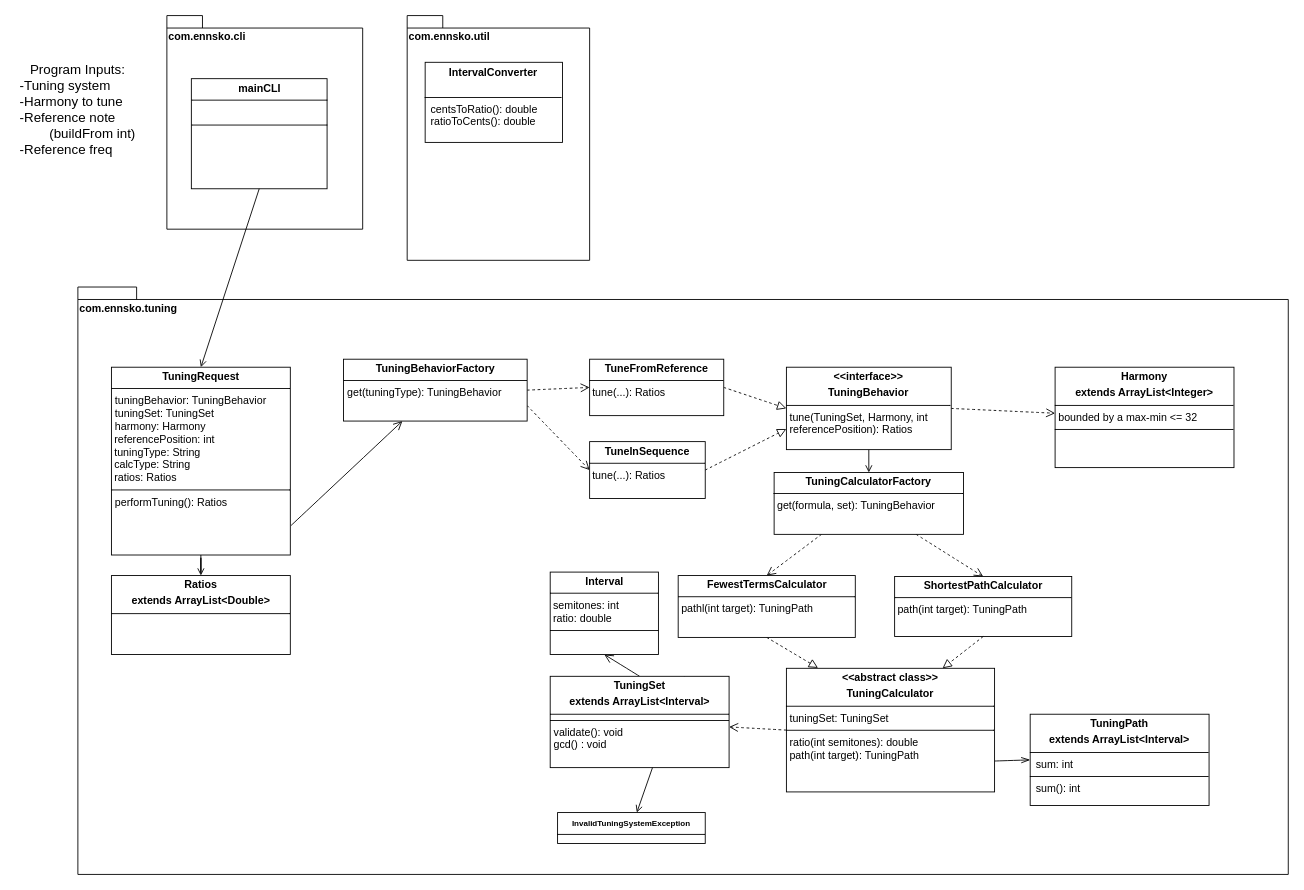
Above: uml/polymnia.drawio in ennskevin/polymnia (draw.io), before the change. Source tidied: cells renumbered, new cells numbered last; positions are measured from the earlier drawing's top-left corner, leaving out a move shared by most shapes. Both pictures are drawn from the tidied source at 89%, with x=0, y=0 at pixel (15, 15).
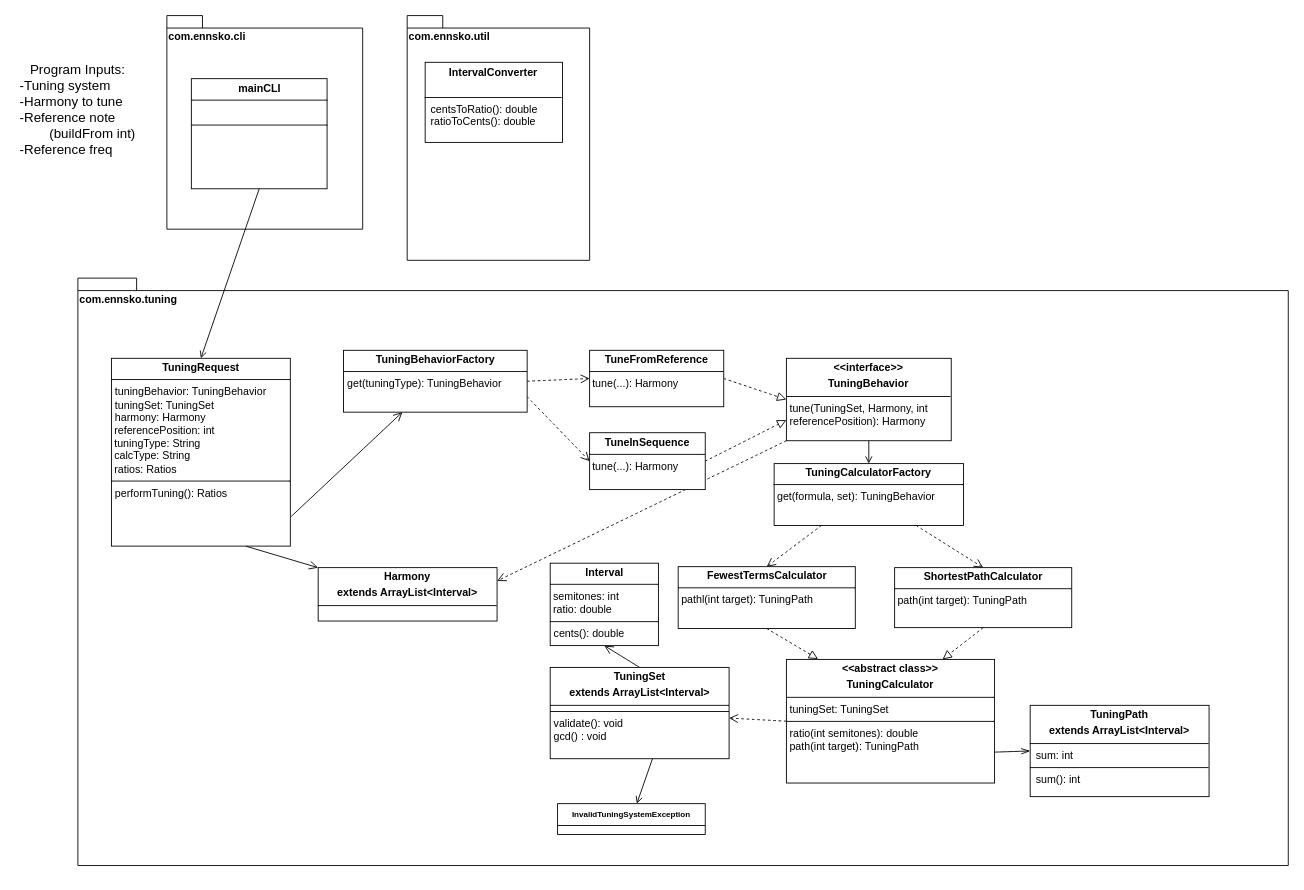
Above is the later version.

The change refers to these unchanged cells:
```xml
<mxCell id="14" value="&lt;p style=&quot;margin:0px;margin-top:4px;text-align:center;&quot;&gt;&lt;b&gt;TuningRequest&lt;/b&gt;&lt;/p&gt;&lt;hr size=&quot;1&quot; style=&quot;border-style:solid;&quot;&gt;&lt;p style=&quot;margin:0px;margin-left:4px;&quot;&gt;tuningBehavior: TuningBehavior&lt;/p&gt;&lt;p style=&quot;margin:0px;margin-left:4px;&quot;&gt;tuningSet: TuningSet&lt;/p&gt;&lt;p style=&quot;margin:0px;margin-left:4px;&quot;&gt;harmony: Harmony&lt;/p&gt;&lt;div&gt;&amp;nbsp;referencePosition: int&lt;/div&gt;&lt;div&gt;&amp;nbsp;tuningType: String&lt;/div&gt;&lt;div&gt;&amp;nbsp;calcType: String&lt;/div&gt;&lt;div&gt;&amp;nbsp;ratios: Ratios&lt;/div&gt;&lt;hr size=&quot;1&quot; style=&quot;border-style:solid;&quot;&gt;&lt;p style=&quot;margin:0px;margin-left:4px;&quot;&gt;performTuning(): Ratios&lt;/p&gt;" style="verticalAlign=top;align=left;overflow=fill;html=1;whiteSpace=wrap;" parent="4" vertex="1">
  <mxGeometry x="37.7" y="90.1" width="201" height="211" as="geometry" />
</mxCell>
```

Diff of the diagram source:
```diff
@@
     <mxCell id="4" value="com.ennsko.tuning" style="shape=folder;fontStyle=1;spacingTop=10;tabWidth=40;tabHeight=14;tabPosition=left;html=1;whiteSpace=wrap;verticalAlign=top;align=left;" parent="1" vertex="1">
-      <mxGeometry x="70" y="305" width="1360" height="660" as="geometry" />
+      <mxGeometry x="70" y="295" width="1360" height="660" as="geometry" />
     </mxCell>
-    <mxCell id="5" value="&lt;p style=&quot;margin:0px;margin-top:4px;text-align:center;&quot;&gt;&lt;b&gt;Harmony&lt;/b&gt;&lt;/p&gt;&lt;p style=&quot;margin:0px;margin-top:4px;text-align:center;&quot;&gt;&lt;b&gt;extends ArrayList&amp;lt;Integer&amp;gt;&lt;/b&gt;&lt;/p&gt;&lt;hr size=&quot;1&quot; style=&quot;border-style:solid;&quot;&gt;&lt;p style=&quot;margin:0px;margin-left:4px;&quot;&gt;bounded by a max-min &amp;lt;= 32&lt;/p&gt;&lt;hr size=&quot;1&quot; style=&quot;border-style:solid;&quot;&gt;&lt;p style=&quot;margin:0px;margin-left:4px;&quot;&gt;&lt;br&gt;&lt;/p&gt;" style="verticalAlign=top;align=left;overflow=fill;html=1;whiteSpace=wrap;" parent="4" vertex="1">
-      <mxGeometry x="1098" y="90.1" width="201" height="112.8" as="geometry" />
+    <mxCell id="5" value="&lt;p style=&quot;margin:0px;margin-top:4px;text-align:center;&quot;&gt;&lt;b&gt;Harmony&lt;/b&gt;&lt;/p&gt;&lt;p style=&quot;margin:0px;margin-top:4px;text-align:center;&quot;&gt;&lt;b&gt;extends ArrayList&amp;lt;Interval&amp;gt;&lt;/b&gt;&lt;/p&gt;&lt;hr size=&quot;1&quot; style=&quot;border-style:solid;&quot;&gt;&lt;p style=&quot;margin:0px;margin-left:4px;&quot;&gt;&lt;br&gt;&lt;/p&gt;&lt;hr size=&quot;1&quot; style=&quot;border-style:solid;&quot;&gt;&lt;p style=&quot;margin:0px;margin-left:4px;&quot;&gt;&lt;br&gt;&lt;/p&gt;" style="verticalAlign=top;align=left;overflow=fill;html=1;whiteSpace=wrap;" parent="4" vertex="1">
+      <mxGeometry x="270" y="325.3" width="201" height="60" as="geometry" />
     </mxCell>
@@
-    <mxCell id="12" style="edgeStyle=orthogonalEdgeStyle;rounded=0;jettySize=auto;html=1;exitX=0.5;exitY=1;exitDx=0;exitDy=0;endArrow=open;endFill=0;" parent="4" edge="1" source="14" target="15">
-      <mxGeometry relative="1" as="geometry" />
-    </mxCell>
@@
+    <mxCell id="41" style="rounded=0;jettySize=auto;html=1;exitX=0.75;exitY=1;exitDx=0;exitDy=0;fontSize=12;startSize=8;endSize=8;endArrow=open;endFill=0;" parent="4" edge="1" source="14" target="5">
+      <mxGeometry relative="1" as="geometry" />
+    </mxCell>
@@
-    <mxCell id="15" value="&lt;p style=&quot;margin:0px;margin-top:4px;text-align:center;&quot;&gt;&lt;b&gt;Ratios&lt;/b&gt;&lt;/p&gt;&lt;p style=&quot;margin:0px;margin-top:4px;text-align:center;&quot;&gt;&lt;b&gt;extends ArrayList&amp;lt;Double&amp;gt;&lt;/b&gt;&lt;/p&gt;&lt;hr size=&quot;1&quot; style=&quot;border-style:solid;&quot;&gt;&lt;br&gt;&amp;nbsp;" style="verticalAlign=top;align=left;overflow=fill;html=1;whiteSpace=wrap;" parent="4" vertex="1">
-      <mxGeometry x="37.7" y="324.2" width="201" height="88.7" as="geometry" />
-    </mxCell>
@@
-    <mxCell id="18" style="edgeStyle=none;shape=connector;curved=1;rounded=0;jettySize=auto;html=1;exitX=1;exitY=0.5;exitDx=0;exitDy=0;dashed=1;strokeColor=default;align=center;verticalAlign=middle;fontFamily=Helvetica;fontSize=12;fontColor=default;labelBackgroundColor=default;startSize=8;endArrow=open;endFill=0;endSize=8;" parent="4" edge="1" source="19" target="5">
+    <mxCell id="18" style="edgeStyle=none;shape=connector;curved=1;rounded=0;jettySize=auto;html=1;exitX=0;exitY=1;exitDx=0;exitDy=0;dashed=1;strokeColor=default;align=center;verticalAlign=middle;fontFamily=Helvetica;fontSize=12;fontColor=default;labelBackgroundColor=default;startSize=8;endArrow=open;endFill=0;endSize=8;entryX=1;entryY=0.25;entryDx=0;entryDy=0;" parent="4" edge="1" source="19" target="5">
       <mxGeometry relative="1" as="geometry" />
     </mxCell>
-    <mxCell id="19" value="&lt;p style=&quot;margin:0px;margin-top:4px;text-align:center;&quot;&gt;&lt;b&gt;&amp;lt;&amp;lt;interface&amp;gt;&amp;gt;&lt;/b&gt;&lt;/p&gt;&lt;p style=&quot;margin:0px;margin-top:4px;text-align:center;&quot;&gt;&lt;b&gt;TuningBehavior&lt;/b&gt;&lt;/p&gt;&lt;hr size=&quot;1&quot; style=&quot;border-style:solid;&quot;&gt;&lt;p style=&quot;margin:0px;margin-left:4px;&quot;&gt;tune(TuningSet, Harmony, int referencePosition): Ratios&lt;/p&gt;" style="verticalAlign=top;align=left;overflow=fill;html=1;whiteSpace=wrap;" parent="4" vertex="1">
+    <mxCell id="19" value="&lt;p style=&quot;margin:0px;margin-top:4px;text-align:center;&quot;&gt;&lt;b&gt;&amp;lt;&amp;lt;interface&amp;gt;&amp;gt;&lt;/b&gt;&lt;/p&gt;&lt;p style=&quot;margin:0px;margin-top:4px;text-align:center;&quot;&gt;&lt;b&gt;TuningBehavior&lt;/b&gt;&lt;/p&gt;&lt;hr size=&quot;1&quot; style=&quot;border-style:solid;&quot;&gt;&lt;p style=&quot;margin:0px;margin-left:4px;&quot;&gt;tune(TuningSet, Harmony, int referencePosition): Harmony&lt;/p&gt;" style="verticalAlign=top;align=left;overflow=fill;html=1;whiteSpace=wrap;" parent="4" vertex="1">
       <mxGeometry x="796.1" y="90.1" width="185.2" height="92.6" as="geometry" />
     </mxCell>
@@
-    <mxCell id="24" value="&lt;p style=&quot;margin:0px;margin-top:4px;text-align:center;&quot;&gt;&lt;b&gt;TuneInSequence&lt;/b&gt;&lt;/p&gt;&lt;hr size=&quot;1&quot; style=&quot;border-style:solid;&quot;&gt;&amp;nbsp;tune(...): Ratios" style="verticalAlign=top;align=left;overflow=fill;html=1;whiteSpace=wrap;" parent="4" vertex="1">
+    <mxCell id="24" value="&lt;p style=&quot;margin:0px;margin-top:4px;text-align:center;&quot;&gt;&lt;b&gt;TuneInSequence&lt;/b&gt;&lt;/p&gt;&lt;hr size=&quot;1&quot; style=&quot;border-style:solid;&quot;&gt;&amp;nbsp;tune(...): Harmony" style="verticalAlign=top;align=left;overflow=fill;html=1;whiteSpace=wrap;" parent="4" vertex="1">
       <mxGeometry x="575" y="173.7" width="129.9" height="63.9" as="geometry" />
     </mxCell>
@@
-    <mxCell id="26" value="&lt;p style=&quot;margin:0px;margin-top:4px;text-align:center;&quot;&gt;&lt;b&gt;TuneFromReference&lt;/b&gt;&lt;/p&gt;&lt;hr size=&quot;1&quot; style=&quot;border-style:solid;&quot;&gt;&amp;nbsp;tune(...): Ratios" style="verticalAlign=top;align=left;overflow=fill;html=1;whiteSpace=wrap;" parent="4" vertex="1">
+    <mxCell id="26" value="&lt;p style=&quot;margin:0px;margin-top:4px;text-align:center;&quot;&gt;&lt;b&gt;TuneFromReference&lt;/b&gt;&lt;/p&gt;&lt;hr size=&quot;1&quot; style=&quot;border-style:solid;&quot;&gt;&amp;nbsp;tune(...): Harmony" style="verticalAlign=top;align=left;overflow=fill;html=1;whiteSpace=wrap;" parent="4" vertex="1">
       <mxGeometry x="575" y="81.1" width="150.7" height="63.4" as="geometry" />
     </mxCell>
@@
-    <mxCell id="35" value="&lt;p style=&quot;margin:0px;margin-top:4px;text-align:center;&quot;&gt;&lt;b&gt;Interval&lt;/b&gt;&lt;/p&gt;&lt;hr size=&quot;1&quot; style=&quot;border-style:solid;&quot;&gt;&lt;div&gt;&amp;nbsp;semitones: int&lt;/div&gt;&lt;div&gt;&amp;nbsp;ratio: double&lt;/div&gt;&lt;hr size=&quot;1&quot; style=&quot;border-style:solid;&quot;&gt;&lt;p style=&quot;margin:0px;margin-left:4px;&quot;&gt;&lt;br&gt;&lt;/p&gt;" style="verticalAlign=top;align=left;overflow=fill;html=1;whiteSpace=wrap;" parent="4" vertex="1">
+    <mxCell id="35" value="&lt;p style=&quot;margin:0px;margin-top:4px;text-align:center;&quot;&gt;&lt;b&gt;Interval&lt;/b&gt;&lt;/p&gt;&lt;hr size=&quot;1&quot; style=&quot;border-style:solid;&quot;&gt;&lt;div&gt;&amp;nbsp;semitones: int&lt;/div&gt;&lt;div&gt;&amp;nbsp;ratio: double&lt;/div&gt;&lt;hr size=&quot;1&quot; style=&quot;border-style:solid;&quot;&gt;&lt;p style=&quot;margin:0px;margin-left:4px;&quot;&gt;cents(): double&lt;/p&gt;" style="verticalAlign=top;align=left;overflow=fill;html=1;whiteSpace=wrap;" parent="4" vertex="1">
       <mxGeometry x="530.7" y="320.3" width="121.6" height="92.6" as="geometry" />
     </mxCell>
```
